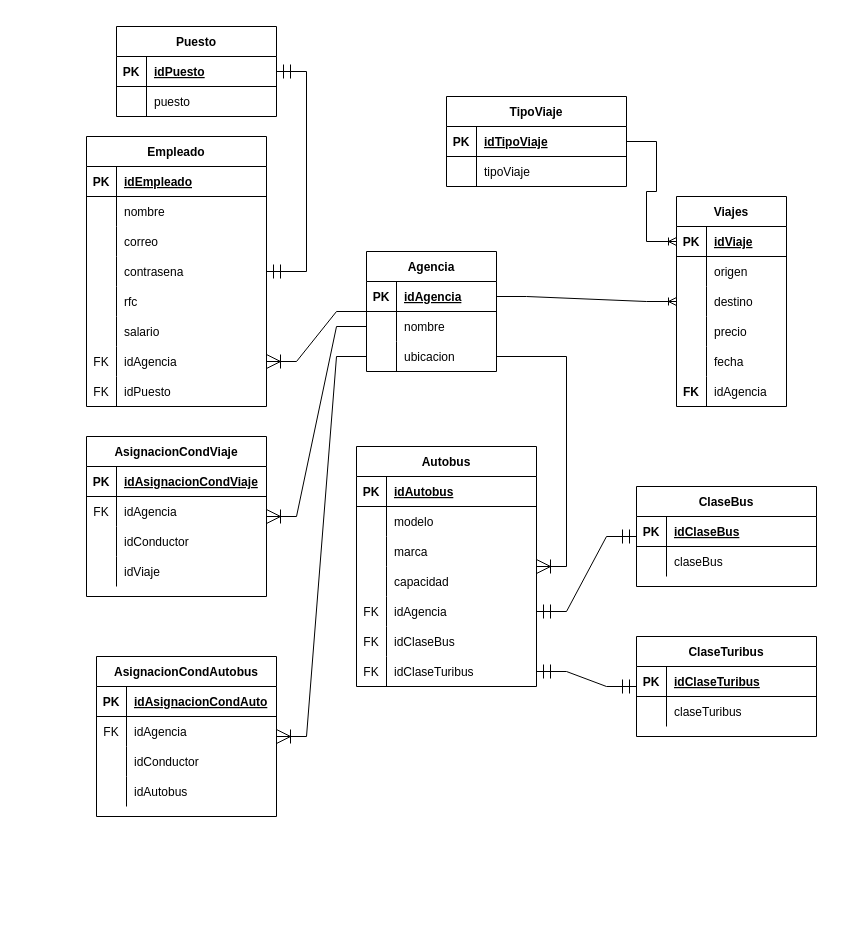
Earlier version of the draw.io diagram Proyecto/BaseDatos.drawio (KevinLara96/Java_Diplomat). Source tidied: cells renumbered, new cells numbered last; positions are measured from the earlier drawing's top-left corner, leaving out a move shared by most shapes. Both pictures are drawn from the tidied source at 100%, with x=0, y=0 at pixel (86, 26).
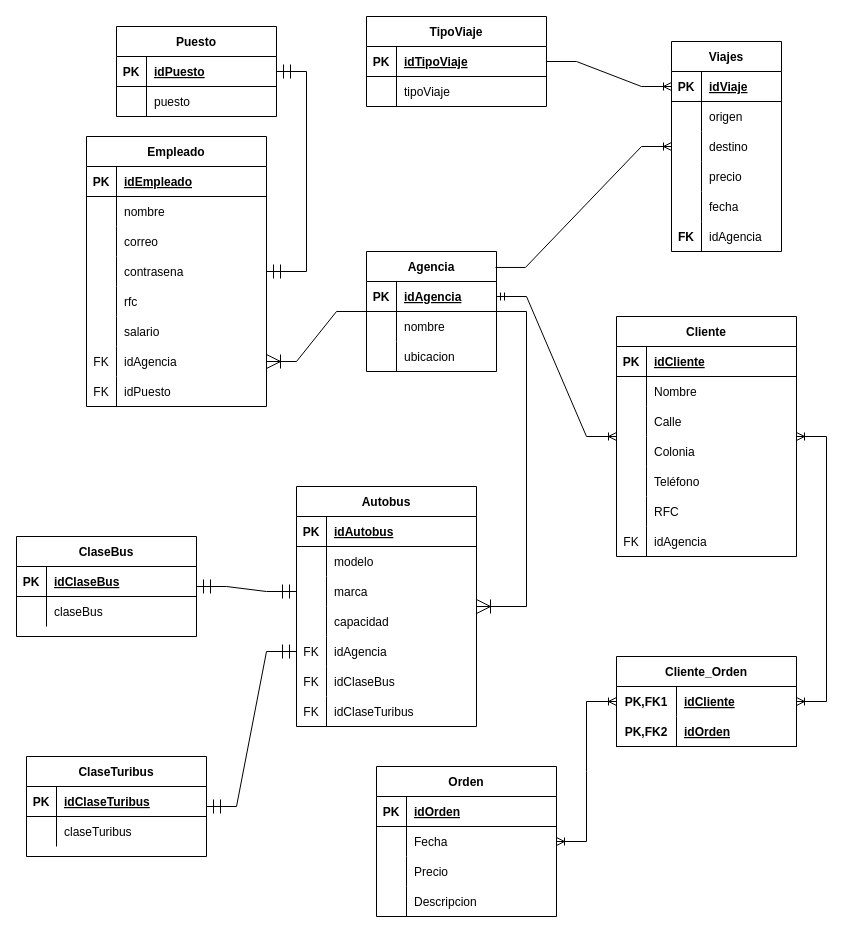
Above is the later version.

The change refers to these unchanged cells:
```xml
<mxCell id="2" value="Agencia" style="shape=table;startSize=30;childLayout=tableLayout;rowLines=0;fontStyle=1;align=center;" parent="1" vertex="1">
  <mxGeometry x="280" y="225" width="130" height="120" as="geometry" />
</mxCell>
<mxCell id="3" style="shape=tableRow;horizontal=0;startSize=0;swimlaneHead=0;swimlaneBody=0;fillColor=none;points=[[0,0.5],[1,0.5]];portConstraint=eastwest;top=0;left=0;right=0;bottom=1;" parent="2" vertex="1">
  <mxGeometry y="30" width="130" height="30" as="geometry" />
</mxCell>
<mxCell id="6" style="shape=tableRow;horizontal=0;startSize=0;swimlaneHead=0;swimlaneBody=0;fillColor=none;points=[[0,0.5],[1,0.5]];portConstraint=eastwest;top=0;left=0;right=0;bottom=0;" parent="2" vertex="1">
  <mxGeometry y="60" width="130" height="30" as="geometry" />
</mxCell>
<mxCell id="9" style="shape=tableRow;horizontal=0;startSize=0;swimlaneHead=0;swimlaneBody=0;fillColor=none;points=[[0,0.5],[1,0.5]];portConstraint=eastwest;top=0;left=0;right=0;bottom=0;" parent="2" vertex="1">
  <mxGeometry y="90" width="130" height="30" as="geometry" />
</mxCell>
<mxCell id="67" style="shape=tableRow;horizontal=0;startSize=0;swimlaneHead=0;swimlaneBody=0;fillColor=none;points=[[0,0.5],[1,0.5]];portConstraint=eastwest;top=0;left=0;right=0;bottom=0;" parent="60" vertex="1">
  <mxGeometry y="90" width="180" height="30" as="geometry" />
</mxCell>
<mxCell id="73" style="shape=tableRow;horizontal=0;startSize=0;swimlaneHead=0;swimlaneBody=0;fillColor=none;points=[[0,0.5],[1,0.5]];portConstraint=eastwest;top=0;left=0;right=0;bottom=0;" parent="60" vertex="1">
  <mxGeometry y="150" width="180" height="30" as="geometry" />
</mxCell>
<mxCell id="79" style="shape=tableRow;horizontal=0;startSize=0;swimlaneHead=0;swimlaneBody=0;fillColor=none;points=[[0,0.5],[1,0.5]];portConstraint=eastwest;top=0;left=0;right=0;bottom=0;" parent="60" vertex="1">
  <mxGeometry y="210" width="180" height="30" as="geometry" />
</mxCell>
```

Change to the diagram source:
```diff
@@
     <mxCell id="46" value="ClaseBus" style="shape=table;startSize=30;childLayout=tableLayout;rowLines=0;fontStyle=1;align=center;" parent="1" vertex="1">
-      <mxGeometry x="550" y="460" width="180" height="100" as="geometry" />
+      <mxGeometry x="-70" y="510" width="180" height="100" as="geometry" />
     </mxCell>
@@
     <mxCell id="53" value="ClaseTuribus" style="shape=table;startSize=30;childLayout=tableLayout;rowLines=0;fontStyle=1;align=center;" parent="1" vertex="1">
-      <mxGeometry x="550" y="610" width="180" height="100" as="geometry" />
+      <mxGeometry x="-60" y="730" width="180" height="100" as="geometry" />
     </mxCell>
@@
     <mxCell id="60" value="Autobus" style="shape=table;startSize=30;childLayout=tableLayout;rowLines=0;fontStyle=1;align=center;" parent="1" vertex="1">
-      <mxGeometry x="270" y="420" width="180" height="240" as="geometry" />
+      <mxGeometry x="210" y="460" width="180" height="240" as="geometry" />
     </mxCell>
@@
-    <mxCell id="82" style="edgeStyle=entityRelationEdgeStyle;fontSize=12;html=1;endArrow=ERmandOne;startArrow=ERmandOne;rounded=0;startSize=12;endSize=12;jumpStyle=arc;entryX=1;entryY=0.5;entryDx=0;entryDy=0;" parent="1" edge="1" source="46" target="73">
+    <mxCell id="82" style="edgeStyle=entityRelationEdgeStyle;fontSize=12;html=1;endArrow=ERmandOne;startArrow=ERmandOne;rounded=0;startSize=12;endSize=12;jumpStyle=arc;entryX=0;entryY=0.5;entryDx=0;entryDy=0;" parent="1" edge="1" source="46" target="67">
       <mxGeometry relative="1" as="geometry" />
     </mxCell>
-    <mxCell id="83" style="edgeStyle=entityRelationEdgeStyle;fontSize=12;html=1;endArrow=ERmandOne;startArrow=ERmandOne;rounded=0;startSize=12;endSize=12;jumpStyle=arc;entryX=1;entryY=0.5;entryDx=0;entryDy=0;" parent="1" edge="1" source="53" target="79">
+    <mxCell id="83" style="edgeStyle=entityRelationEdgeStyle;fontSize=12;html=1;endArrow=ERmandOne;startArrow=ERmandOne;rounded=0;startSize=12;endSize=12;jumpStyle=arc;entryX=0;entryY=0.5;entryDx=0;entryDy=0;" parent="1" edge="1" source="53" target="73">
       <mxGeometry relative="1" as="geometry" />
     </mxCell>
-    <mxCell id="84" style="edgeStyle=entityRelationEdgeStyle;fontSize=12;html=1;endArrow=ERoneToMany;rounded=0;startSize=12;endSize=12;jumpStyle=arc;exitX=1;exitY=0.5;exitDx=0;exitDy=0;" parent="1" edge="1" source="9" target="60">
+    <mxCell id="84" style="edgeStyle=entityRelationEdgeStyle;fontSize=12;html=1;endArrow=ERoneToMany;rounded=0;startSize=12;endSize=12;jumpStyle=arc;" parent="1" edge="1" source="2" target="60">
       <mxGeometry relative="1" as="geometry" />
     </mxCell>
-    <mxCell id="85" value="AsignacionCondViaje" style="shape=table;startSize=30;childLayout=tableLayout;rowLines=0;fontStyle=1;align=center;" parent="1" vertex="1">
-      <mxGeometry y="410" width="180" height="160" as="geometry" />
-    </mxCell>
-    <mxCell id="86" style="shape=tableRow;horizontal=0;startSize=0;swimlaneHead=0;swimlaneBody=0;fillColor=none;top=0;left=0;right=0;bottom=1;" parent="85" vertex="1">
-      <mxGeometry y="30" width="180" height="30" as="geometry" />
-    </mxCell>
-    <mxCell id="87" value="PK" style="shape=partialRectangle;fillColor=none;top=0;left=0;bottom=0;right=0;fontStyle=1;overflow=hidden;" parent="86" vertex="1">
-      <mxGeometry width="30" height="30" as="geometry" />
-    </mxCell>
-    <mxCell id="88" value="idAsignacionCondViaje" style="shape=partialRectangle;fillColor=none;top=0;left=0;bottom=0;right=0;align=left;spacingLeft=6;fontStyle=5;overflow=hidden;" parent="86" vertex="1">
-      <mxGeometry x="30" width="150" height="30" as="geometry" />
-    </mxCell>
-    <mxCell id="89" style="shape=tableRow;horizontal=0;startSize=0;swimlaneHead=0;swimlaneBody=0;fillColor=none;top=0;left=0;right=0;bottom=0;" parent="85" vertex="1">
-      <mxGeometry y="60" width="180" height="30" as="geometry" />
-    </mxCell>
-    <mxCell id="90" value="FK" style="shape=partialRectangle;fillColor=none;top=0;left=0;bottom=0;right=0;overflow=hidden;" parent="89" vertex="1">
-      <mxGeometry width="30" height="30" as="geometry" />
-    </mxCell>
-    <mxCell id="91" value="idAgencia" style="shape=partialRectangle;fillColor=none;top=0;left=0;bottom=0;right=0;align=left;spacingLeft=6;overflow=hidden;" parent="89" vertex="1">
-      <mxGeometry x="30" width="150" height="30" as="geometry" />
-    </mxCell>
-    <mxCell id="92" style="shape=tableRow;horizontal=0;startSize=0;swimlaneHead=0;swimlaneBody=0;fillColor=none;top=0;left=0;right=0;bottom=0;" parent="85" vertex="1">
-      <mxGeometry y="90" width="180" height="30" as="geometry" />
-    </mxCell>
-    <mxCell id="93" style="shape=partialRectangle;fillColor=none;top=0;left=0;bottom=0;right=0;overflow=hidden;" parent="92" vertex="1">
-      <mxGeometry width="30" height="30" as="geometry" />
-    </mxCell>
-    <mxCell id="94" value="idConductor" style="shape=partialRectangle;fillColor=none;top=0;left=0;bottom=0;right=0;align=left;spacingLeft=6;overflow=hidden;" parent="92" vertex="1">
-      <mxGeometry x="30" width="150" height="30" as="geometry" />
-    </mxCell>
-    <mxCell id="95" style="shape=tableRow;horizontal=0;startSize=0;swimlaneHead=0;swimlaneBody=0;fillColor=none;top=0;left=0;right=0;bottom=0;" parent="85" vertex="1">
-      <mxGeometry y="120" width="180" height="30" as="geometry" />
-    </mxCell>
-    <mxCell id="96" style="shape=partialRectangle;fillColor=none;top=0;left=0;bottom=0;right=0;overflow=hidden;" parent="95" vertex="1">
-      <mxGeometry width="30" height="30" as="geometry" />
-    </mxCell>
-    <mxCell id="97" value="idViaje" style="shape=partialRectangle;fillColor=none;top=0;left=0;bottom=0;right=0;align=left;spacingLeft=6;overflow=hidden;" parent="95" vertex="1">
-      <mxGeometry x="30" width="150" height="30" as="geometry" />
-    </mxCell>
-    <mxCell id="98" style="edgeStyle=entityRelationEdgeStyle;fontSize=12;html=1;endArrow=ERoneToMany;rounded=0;exitX=0;exitY=0.5;exitDx=0;exitDy=0;endSize=12;startSize=12;" parent="1" edge="1" source="6" target="85">
-      <mxGeometry relative="1" as="geometry" />
-    </mxCell>
-    <mxCell id="99" value="AsignacionCondAutobus" style="shape=table;startSize=30;childLayout=tableLayout;rowLines=0;fontStyle=1;align=center;" parent="1" vertex="1">
-      <mxGeometry x="10" y="630" width="180" height="160" as="geometry" />
-    </mxCell>
-    <mxCell id="100" style="shape=tableRow;horizontal=0;startSize=0;swimlaneHead=0;swimlaneBody=0;fillColor=none;top=0;left=0;right=0;bottom=1;" parent="99" vertex="1">
-      <mxGeometry y="30" width="180" height="30" as="geometry" />
-    </mxCell>
-    <mxCell id="101" value="PK" style="shape=partialRectangle;fillColor=none;top=0;left=0;bottom=0;right=0;fontStyle=1;overflow=hidden;" parent="100" vertex="1">
-      <mxGeometry width="30" height="30" as="geometry" />
-    </mxCell>
-    <mxCell id="102" value="idAsignacionCondAuto" style="shape=partialRectangle;fillColor=none;top=0;left=0;bottom=0;right=0;align=left;spacingLeft=6;fontStyle=5;overflow=hidden;" parent="100" vertex="1">
-      <mxGeometry x="30" width="150" height="30" as="geometry" />
-    </mxCell>
-    <mxCell id="103" style="shape=tableRow;horizontal=0;startSize=0;swimlaneHead=0;swimlaneBody=0;fillColor=none;top=0;left=0;right=0;bottom=0;" parent="99" vertex="1">
-      <mxGeometry y="60" width="180" height="30" as="geometry" />
-    </mxCell>
-    <mxCell id="104" value="FK" style="shape=partialRectangle;fillColor=none;top=0;left=0;bottom=0;right=0;overflow=hidden;" parent="103" vertex="1">
-      <mxGeometry width="30" height="30" as="geometry" />
-    </mxCell>
-    <mxCell id="105" value="idAgencia" style="shape=partialRectangle;fillColor=none;top=0;left=0;bottom=0;right=0;align=left;spacingLeft=6;overflow=hidden;" parent="103" vertex="1">
-      <mxGeometry x="30" width="150" height="30" as="geometry" />
-    </mxCell>
-    <mxCell id="106" style="shape=tableRow;horizontal=0;startSize=0;swimlaneHead=0;swimlaneBody=0;fillColor=none;top=0;left=0;right=0;bottom=0;" parent="99" vertex="1">
-      <mxGeometry y="90" width="180" height="30" as="geometry" />
-    </mxCell>
-    <mxCell id="107" style="shape=partialRectangle;fillColor=none;top=0;left=0;bottom=0;right=0;overflow=hidden;" parent="106" vertex="1">
-      <mxGeometry width="30" height="30" as="geometry" />
-    </mxCell>
-    <mxCell id="108" value="idConductor" style="shape=partialRectangle;fillColor=none;top=0;left=0;bottom=0;right=0;align=left;spacingLeft=6;overflow=hidden;" parent="106" vertex="1">
-      <mxGeometry x="30" width="150" height="30" as="geometry" />
-    </mxCell>
-    <mxCell id="109" style="shape=tableRow;horizontal=0;startSize=0;swimlaneHead=0;swimlaneBody=0;fillColor=none;top=0;left=0;right=0;bottom=0;" parent="99" vertex="1">
-      <mxGeometry y="120" width="180" height="30" as="geometry" />
-    </mxCell>
-    <mxCell id="110" style="shape=partialRectangle;fillColor=none;top=0;left=0;bottom=0;right=0;overflow=hidden;" parent="109" vertex="1">
-      <mxGeometry width="30" height="30" as="geometry" />
-    </mxCell>
-    <mxCell id="111" value="idAutobus" style="shape=partialRectangle;fillColor=none;top=0;left=0;bottom=0;right=0;align=left;spacingLeft=6;overflow=hidden;" parent="109" vertex="1">
-      <mxGeometry x="30" width="150" height="30" as="geometry" />
-    </mxCell>
-    <mxCell id="112" style="edgeStyle=entityRelationEdgeStyle;fontSize=12;html=1;endArrow=ERoneToMany;rounded=0;exitX=0;exitY=0.5;exitDx=0;exitDy=0;endSize=12;startSize=12;" parent="1" edge="1" source="9" target="99">
-      <mxGeometry relative="1" as="geometry" />
-    </mxCell>
     <mxCell id="113" value="Viajes" style="shape=table;startSize=30;childLayout=tableLayout;rowLines=0;fontStyle=1;align=center;" parent="1" vertex="1">
-      <mxGeometry x="590" y="170" width="110" height="210" as="geometry" />
+      <mxGeometry x="585" y="15" width="110" height="210" as="geometry" />
     </mxCell>
@@
-    <mxCell id="132" style="edgeStyle=entityRelationEdgeStyle;fontSize=12;html=1;endArrow=ERoneToMany;rounded=0;exitX=1;exitY=0.5;exitDx=0;exitDy=0;" parent="1" edge="1" source="3" target="113">
+    <mxCell id="132" style="edgeStyle=entityRelationEdgeStyle;fontSize=12;html=1;endArrow=ERoneToMany;rounded=0;exitX=0.992;exitY=0.133;exitDx=0;exitDy=0;exitPerimeter=0;" parent="1" edge="1" source="2" target="113">
       <mxGeometry relative="1" as="geometry" />
     </mxCell>
     <mxCell id="133" value="TipoViaje" style="shape=table;startSize=30;childLayout=tableLayout;rowLines=0;fontStyle=1;align=center;" parent="1" vertex="1">
-      <mxGeometry x="360" y="70" width="180" height="90" as="geometry" />
+      <mxGeometry x="280" y="-10" width="180" height="90" as="geometry" />
     </mxCell>
@@
+    <mxCell id="141" value="Cliente" style="shape=table;startSize=30;childLayout=tableLayout;rowLines=0;fontStyle=1;align=center;" parent="1" vertex="1">
+      <mxGeometry x="530" y="290" width="180" height="240" as="geometry" />
+    </mxCell>
+    <mxCell id="142" style="shape=tableRow;horizontal=0;startSize=0;swimlaneHead=0;swimlaneBody=0;fillColor=none;top=0;left=0;right=0;bottom=1;" parent="141" vertex="1">
+      <mxGeometry y="30" width="180" height="30" as="geometry" />
+    </mxCell>
+    <mxCell id="143" value="PK" style="shape=partialRectangle;fillColor=none;top=0;left=0;bottom=0;right=0;fontStyle=1;overflow=hidden;" parent="142" vertex="1">
+      <mxGeometry width="30" height="30" as="geometry" />
+    </mxCell>
+    <mxCell id="144" value="idCliente" style="shape=partialRectangle;fillColor=none;top=0;left=0;bottom=0;right=0;align=left;spacingLeft=6;fontStyle=5;overflow=hidden;" parent="142" vertex="1">
+      <mxGeometry x="30" width="150" height="30" as="geometry" />
+    </mxCell>
+    <mxCell id="145" style="shape=tableRow;horizontal=0;startSize=0;swimlaneHead=0;swimlaneBody=0;fillColor=none;top=0;left=0;right=0;bottom=0;" parent="141" vertex="1">
+      <mxGeometry y="60" width="180" height="30" as="geometry" />
+    </mxCell>
+    <mxCell id="146" style="shape=partialRectangle;fillColor=none;top=0;left=0;bottom=0;right=0;overflow=hidden;" parent="145" vertex="1">
+      <mxGeometry width="30" height="30" as="geometry" />
+    </mxCell>
+    <mxCell id="147" value="Nombre" style="shape=partialRectangle;fillColor=none;top=0;left=0;bottom=0;right=0;align=left;spacingLeft=6;overflow=hidden;" parent="145" vertex="1">
+      <mxGeometry x="30" width="150" height="30" as="geometry" />
+    </mxCell>
+    <mxCell id="148" style="shape=tableRow;horizontal=0;startSize=0;swimlaneHead=0;swimlaneBody=0;fillColor=none;top=0;left=0;right=0;bottom=0;" parent="141" vertex="1">
+      <mxGeometry y="90" width="180" height="30" as="geometry" />
+    </mxCell>
+    <mxCell id="149" style="shape=partialRectangle;fillColor=none;top=0;left=0;bottom=0;right=0;overflow=hidden;" parent="148" vertex="1">
+      <mxGeometry width="30" height="30" as="geometry" />
+    </mxCell>
+    <mxCell id="150" value="Calle    " style="shape=partialRectangle;fillColor=none;top=0;left=0;bottom=0;right=0;align=left;spacingLeft=6;overflow=hidden;" parent="148" vertex="1">
+      <mxGeometry x="30" width="150" height="30" as="geometry" />
+    </mxCell>
+    <mxCell id="151" style="shape=tableRow;horizontal=0;startSize=0;swimlaneHead=0;swimlaneBody=0;fillColor=none;top=0;left=0;right=0;bottom=0;" parent="141" vertex="1">
+      <mxGeometry y="120" width="180" height="30" as="geometry" />
+    </mxCell>
+    <mxCell id="152" style="shape=partialRectangle;fillColor=none;top=0;left=0;bottom=0;right=0;overflow=hidden;" parent="151" vertex="1">
+      <mxGeometry width="30" height="30" as="geometry" />
+    </mxCell>
+    <mxCell id="153" value="Colonia" style="shape=partialRectangle;fillColor=none;top=0;left=0;bottom=0;right=0;align=left;spacingLeft=6;overflow=hidden;" parent="151" vertex="1">
+      <mxGeometry x="30" width="150" height="30" as="geometry" />
+    </mxCell>
+    <mxCell id="154" style="shape=tableRow;horizontal=0;startSize=0;swimlaneHead=0;swimlaneBody=0;fillColor=none;top=0;left=0;right=0;bottom=0;" parent="141" vertex="1">
+      <mxGeometry y="150" width="180" height="30" as="geometry" />
+    </mxCell>
+    <mxCell id="155" style="shape=partialRectangle;fillColor=none;top=0;left=0;bottom=0;right=0;overflow=hidden;" parent="154" vertex="1">
+      <mxGeometry width="30" height="30" as="geometry" />
+    </mxCell>
+    <mxCell id="156" value="Teléfono" style="shape=partialRectangle;fillColor=none;top=0;left=0;bottom=0;right=0;align=left;spacingLeft=6;overflow=hidden;" parent="154" vertex="1">
+      <mxGeometry x="30" width="150" height="30" as="geometry" />
+    </mxCell>
+    <mxCell id="157" style="shape=tableRow;horizontal=0;startSize=0;swimlaneHead=0;swimlaneBody=0;fillColor=none;top=0;left=0;right=0;bottom=0;" parent="141" vertex="1">
+      <mxGeometry y="180" width="180" height="30" as="geometry" />
+    </mxCell>
+    <mxCell id="158" style="shape=partialRectangle;fillColor=none;top=0;left=0;bottom=0;right=0;overflow=hidden;" parent="157" vertex="1">
+      <mxGeometry width="30" height="30" as="geometry" />
+    </mxCell>
+    <mxCell id="159" value="RFC" style="shape=partialRectangle;fillColor=none;top=0;left=0;bottom=0;right=0;align=left;spacingLeft=6;overflow=hidden;" parent="157" vertex="1">
+      <mxGeometry x="30" width="150" height="30" as="geometry" />
+    </mxCell>
+    <mxCell id="160" style="shape=tableRow;horizontal=0;startSize=0;swimlaneHead=0;swimlaneBody=0;fillColor=none;top=0;left=0;right=0;bottom=0;" parent="141" vertex="1">
+      <mxGeometry y="210" width="180" height="30" as="geometry" />
+    </mxCell>
+    <mxCell id="161" value="FK" style="shape=partialRectangle;fillColor=none;top=0;left=0;bottom=0;right=0;overflow=hidden;" parent="160" vertex="1">
+      <mxGeometry width="30" height="30" as="geometry" />
+    </mxCell>
+    <mxCell id="162" value="idAgencia" style="shape=partialRectangle;fillColor=none;top=0;left=0;bottom=0;right=0;align=left;spacingLeft=6;overflow=hidden;" parent="160" vertex="1">
+      <mxGeometry x="30" width="150" height="30" as="geometry" />
+    </mxCell>
+    <mxCell id="163" style="edgeStyle=entityRelationEdgeStyle;fontSize=12;html=1;endArrow=ERoneToMany;startArrow=ERmandOne;rounded=0;exitX=1;exitY=0.5;exitDx=0;exitDy=0;" parent="1" edge="1" source="3" target="141">
+      <mxGeometry relative="1" as="geometry" />
+    </mxCell>
+    <mxCell id="164" value="Orden" style="shape=table;startSize=30;childLayout=tableLayout;rowLines=0;fontStyle=1;align=center;" parent="1" vertex="1">
+      <mxGeometry x="290" y="740" width="180" height="150" as="geometry" />
+    </mxCell>
+    <mxCell id="165" style="shape=tableRow;horizontal=0;startSize=0;swimlaneHead=0;swimlaneBody=0;fillColor=none;top=0;left=0;right=0;bottom=1;" parent="164" vertex="1">
+      <mxGeometry y="30" width="180" height="30" as="geometry" />
+    </mxCell>
+    <mxCell id="166" value="PK" style="shape=partialRectangle;fillColor=none;top=0;left=0;bottom=0;right=0;fontStyle=1;overflow=hidden;" parent="165" vertex="1">
+      <mxGeometry width="30" height="30" as="geometry" />
+    </mxCell>
+    <mxCell id="167" value="idOrden" style="shape=partialRectangle;fillColor=none;top=0;left=0;bottom=0;right=0;align=left;spacingLeft=6;fontStyle=5;overflow=hidden;" parent="165" vertex="1">
+      <mxGeometry x="30" width="150" height="30" as="geometry" />
+    </mxCell>
+    <mxCell id="168" style="shape=tableRow;horizontal=0;startSize=0;swimlaneHead=0;swimlaneBody=0;fillColor=none;top=0;left=0;right=0;bottom=0;" parent="164" vertex="1">
+      <mxGeometry y="60" width="180" height="30" as="geometry" />
+    </mxCell>
+    <mxCell id="169" style="shape=partialRectangle;fillColor=none;top=0;left=0;bottom=0;right=0;overflow=hidden;" parent="168" vertex="1">
+      <mxGeometry width="30" height="30" as="geometry" />
+    </mxCell>
+    <mxCell id="170" value="Fecha" style="shape=partialRectangle;fillColor=none;top=0;left=0;bottom=0;right=0;align=left;spacingLeft=6;overflow=hidden;" parent="168" vertex="1">
+      <mxGeometry x="30" width="150" height="30" as="geometry" />
+    </mxCell>
+    <mxCell id="171" style="shape=tableRow;horizontal=0;startSize=0;swimlaneHead=0;swimlaneBody=0;fillColor=none;top=0;left=0;right=0;bottom=0;" parent="164" vertex="1">
+      <mxGeometry y="90" width="180" height="30" as="geometry" />
+    </mxCell>
+    <mxCell id="172" style="shape=partialRectangle;fillColor=none;top=0;left=0;bottom=0;right=0;overflow=hidden;" parent="171" vertex="1">
+      <mxGeometry width="30" height="30" as="geometry" />
+    </mxCell>
+    <mxCell id="173" value="Precio" style="shape=partialRectangle;fillColor=none;top=0;left=0;bottom=0;right=0;align=left;spacingLeft=6;overflow=hidden;" parent="171" vertex="1">
+      <mxGeometry x="30" width="150" height="30" as="geometry" />
+    </mxCell>
+    <mxCell id="174" style="shape=tableRow;horizontal=0;startSize=0;swimlaneHead=0;swimlaneBody=0;fillColor=none;top=0;left=0;right=0;bottom=0;" parent="164" vertex="1">
+      <mxGeometry y="120" width="180" height="30" as="geometry" />
+    </mxCell>
+    <mxCell id="175" style="shape=partialRectangle;fillColor=none;top=0;left=0;bottom=0;right=0;overflow=hidden;" parent="174" vertex="1">
+      <mxGeometry width="30" height="30" as="geometry" />
+    </mxCell>
+    <mxCell id="176" value="Descripcion" style="shape=partialRectangle;fillColor=none;top=0;left=0;bottom=0;right=0;align=left;spacingLeft=6;overflow=hidden;" parent="174" vertex="1">
+      <mxGeometry x="30" width="150" height="30" as="geometry" />
+    </mxCell>
+    <mxCell id="177" value="Cliente_Orden" style="shape=table;startSize=30;childLayout=tableLayout;rowLines=0;fontStyle=1;align=center;" parent="1" vertex="1">
+      <mxGeometry x="530" y="630" width="180" height="90" as="geometry" />
+    </mxCell>
+    <mxCell id="178" style="shape=tableRow;horizontal=0;startSize=0;swimlaneHead=0;swimlaneBody=0;fillColor=none;top=0;left=0;right=0;bottom=0;" parent="177" vertex="1">
+      <mxGeometry y="30" width="180" height="30" as="geometry" />
+    </mxCell>
+    <mxCell id="179" value="PK,FK1" style="shape=partialRectangle;fillColor=none;top=0;left=0;bottom=0;right=0;fontStyle=1;overflow=hidden;" parent="178" vertex="1">
+      <mxGeometry width="60" height="30" as="geometry" />
+    </mxCell>
+    <mxCell id="180" value="idCliente" style="shape=partialRectangle;fillColor=none;top=0;left=0;bottom=0;right=0;align=left;spacingLeft=6;fontStyle=5;overflow=hidden;" parent="178" vertex="1">
+      <mxGeometry x="60" width="120" height="30" as="geometry" />
+    </mxCell>
+    <mxCell id="181" style="shape=tableRow;horizontal=0;startSize=0;swimlaneHead=0;swimlaneBody=0;fillColor=none;top=0;left=0;right=0;bottom=1;" parent="177" vertex="1">
+      <mxGeometry y="60" width="180" height="30" as="geometry" />
+    </mxCell>
+    <mxCell id="182" value="PK,FK2" style="shape=partialRectangle;fillColor=none;top=0;left=0;bottom=0;right=0;fontStyle=1;overflow=hidden;" parent="181" vertex="1">
+      <mxGeometry width="60" height="30" as="geometry" />
+    </mxCell>
+    <mxCell id="183" value="idOrden" style="shape=partialRectangle;fillColor=none;top=0;left=0;bottom=0;right=0;align=left;spacingLeft=6;fontStyle=5;overflow=hidden;" parent="181" vertex="1">
+      <mxGeometry x="60" width="120" height="30" as="geometry" />
+    </mxCell>
+    <mxCell id="184" style="edgeStyle=entityRelationEdgeStyle;fontSize=12;html=1;endArrow=ERoneToMany;startArrow=ERoneToMany;rounded=0;" parent="1" edge="1" source="164" target="177">
+      <mxGeometry relative="1" as="geometry" />
+    </mxCell>
+    <mxCell id="185" style="edgeStyle=entityRelationEdgeStyle;fontSize=12;html=1;endArrow=ERoneToMany;startArrow=ERoneToMany;rounded=0;" parent="1" edge="1" source="177" target="141">
+      <mxGeometry relative="1" as="geometry" />
+    </mxCell>
```
